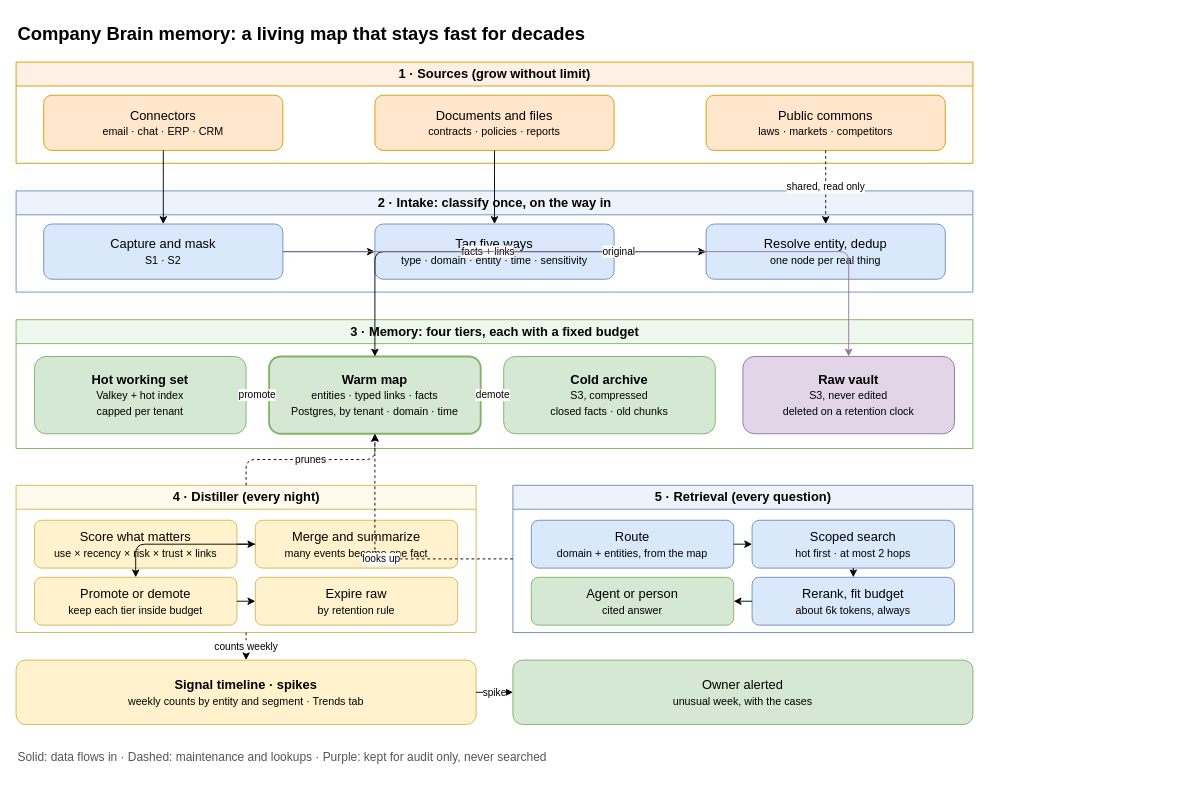
Above: Docs/CB_Memory_Architecture.drawio in pamuditha-senanayake/finebrain (draw.io), before the change. Source tidied: cells renumbered, new cells numbered last; positions are measured from the earlier drawing's top-left corner, leaving out a move shared by most shapes. Both pictures are drawn from the tidied source at 92%, with x=0, y=0 at pixel (16, 16).
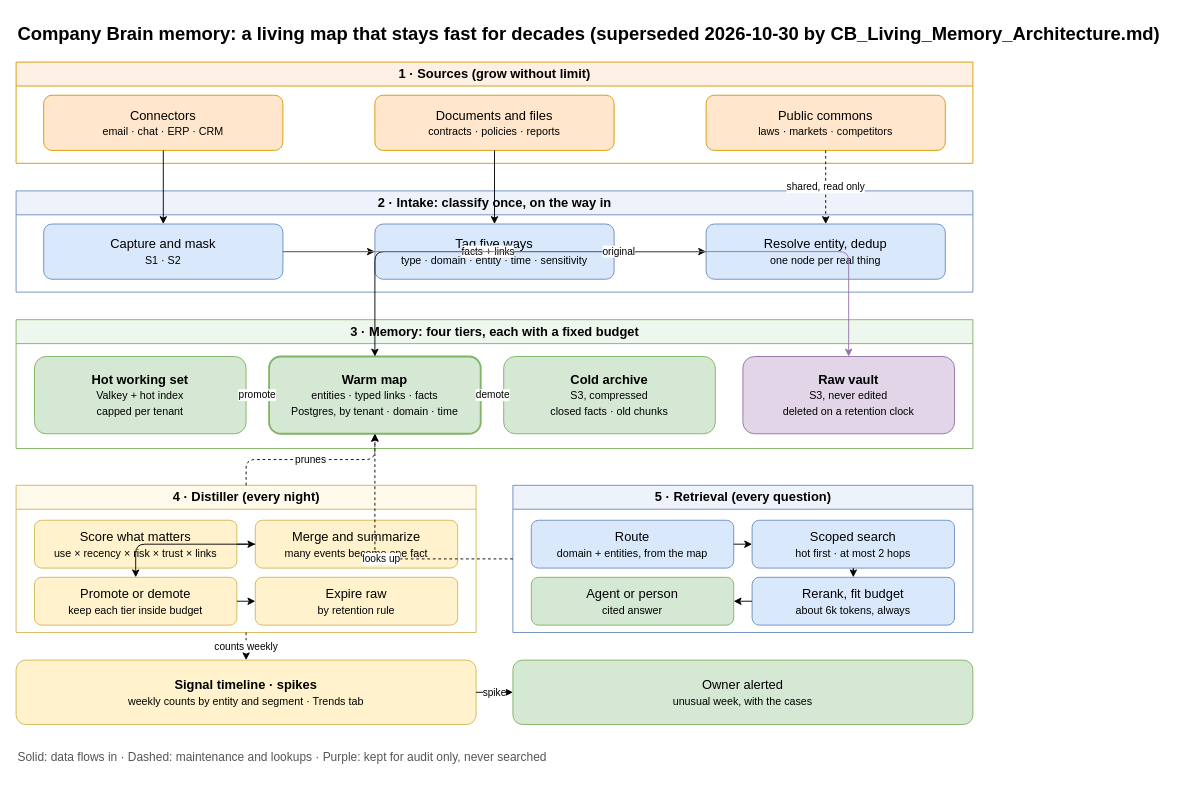
Above is the later version.

What changed in the source:
```diff
@@
-    <mxCell id="2" value="Company Brain memory: a living map that stays fast for decades" style="text;html=1;fontSize=20;fontStyle=1;align=left;verticalAlign=middle;" parent="1" vertex="1">
+    <mxCell id="2" value="Company Brain memory: a living map that stays fast for decades (superseded 2026-10-30 by CB_Living_Memory_Architecture.md)" style="text;html=1;fontSize=20;fontStyle=1;align=left;verticalAlign=middle;" parent="1" vertex="1">
       <mxGeometry width="1040" height="36" as="geometry" />
     </mxCell>
```
